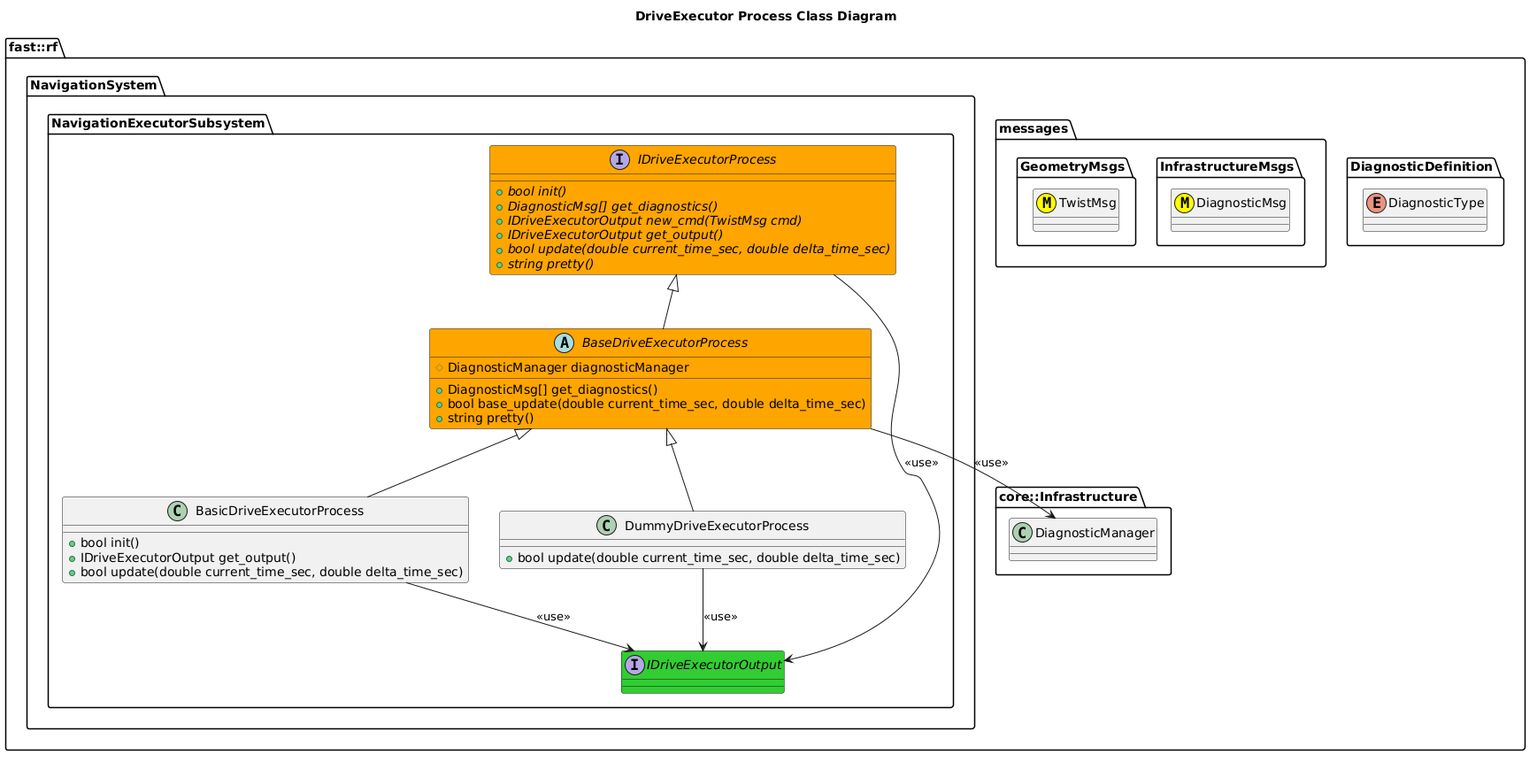
Earlier version of the PlantUML export Systems/Navigation/Subsystems/NavigationExecutor/Processes/DriveExecutor/doc/puml/DriveExecutorProcessClassDiagram.png (fastrobotics/robot_framework).
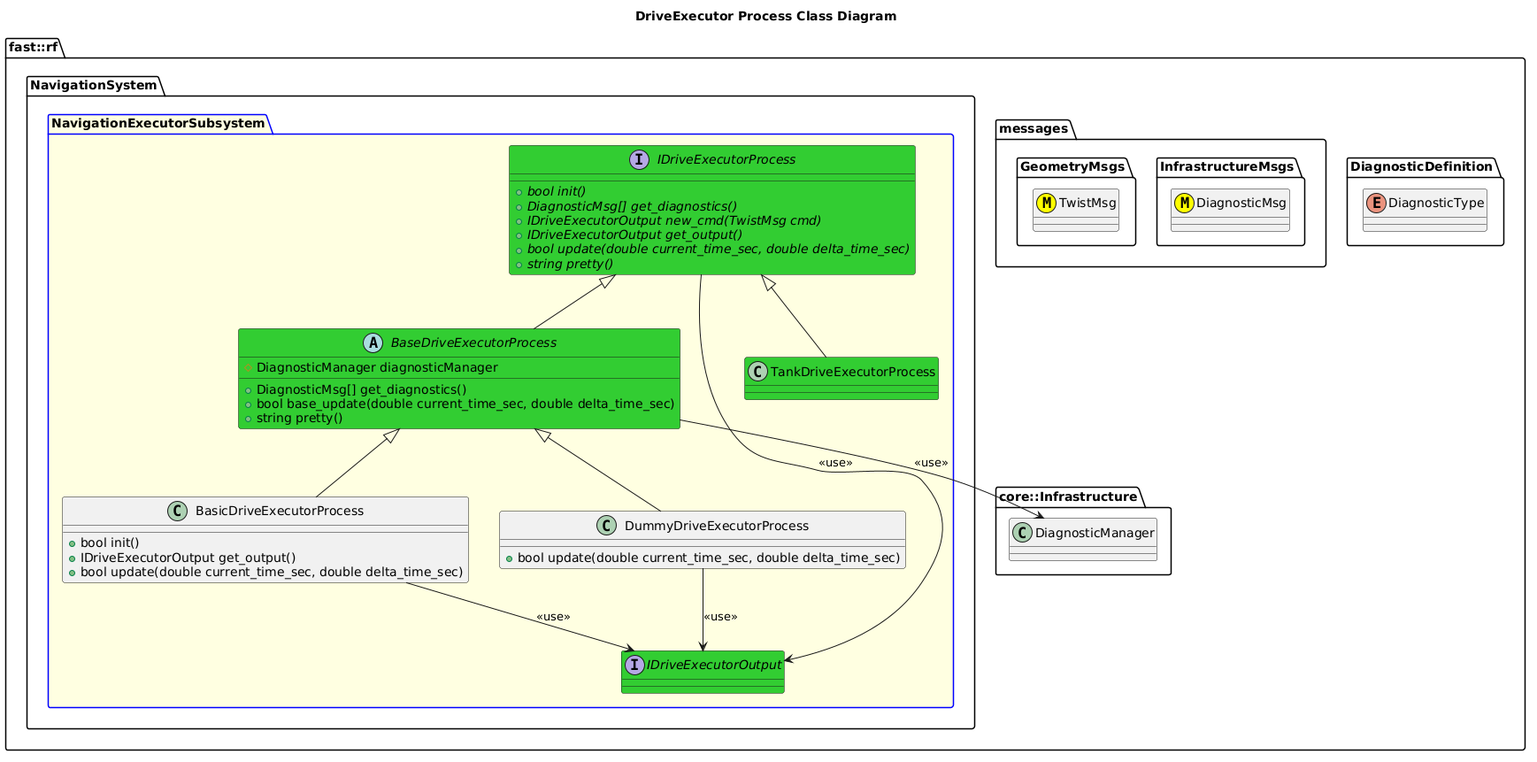
Above is the later version.

Diff of the diagram source:
```diff
@@ -17,11 +17,11 @@
     class DiagnosticManager
   }
   namespace NavigationSystem {
-    namespace NavigationExecutorSubsystem {
+    package NavigationExecutorSubsystem #LightYellow;line:blue {
         interface IDriveExecutorOutput #LimeGreen {
 
         }
-        interface IDriveExecutorProcess #Orange {
+        interface IDriveExecutorProcess #LimeGreen {
           +{abstract} bool init()
           +{abstract} DiagnosticMsg[] get_diagnostics()
           +{abstract} IDriveExecutorOutput new_cmd(TwistMsg cmd)
@@ -30,7 +30,7 @@
           +{abstract} string pretty()
         }
         IDriveExecutorProcess --> IDriveExecutorOutput: <<use>>
-        abstract BaseDriveExecutorProcess #Orange {
+        abstract BaseDriveExecutorProcess #LimeGreen {
           +DiagnosticMsg[] get_diagnostics()
           +bool base_update(double current_time_sec, double delta_time_sec)
           +string pretty()
@@ -52,6 +52,8 @@
         }
         DummyDriveExecutorProcess -up-|> BaseDriveExecutorProcess
         DummyDriveExecutorProcess --> IDriveExecutorOutput: <<use>>
+        class TankDriveExecutorProcess #LimeGreen
+        TankDriveExecutorProcess -up-|> IDriveExecutorProcess
     }
   }
 }
```
